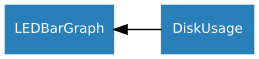
This is docs/images/source_values/disk_usage_bar_graph.png from gpiozero/gpiozero, a Graphviz export, as it was before one commit. Its source is kept beside it as docs/images/source_values/disk_usage_bar_graph.dot.
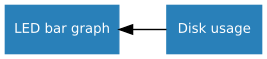
The same file after the commit.

What changed in the source:
```diff
@@ -7,5 +7,8 @@
     /* Devices */
     node [shape=rect, style=filled, color="#2980b9", fontname=Sans, fontcolor="#ffffff", fontsize=10];
 
-    DiskUsage -> LEDBarGraph;
+    du [label="Disk usage"]
+    bargraph [label="LED bar graph"]
+
+    du -> bargraph;
 }
```
